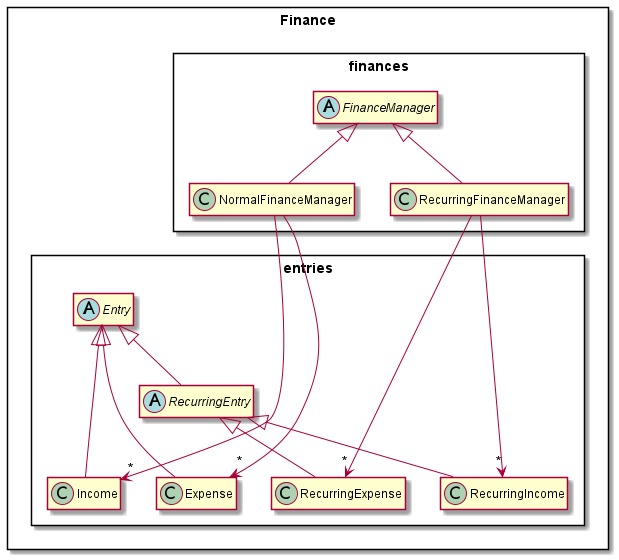
The PlantUML diagram docs/images/Finance.png in yanjia1777/tp, before a commit.
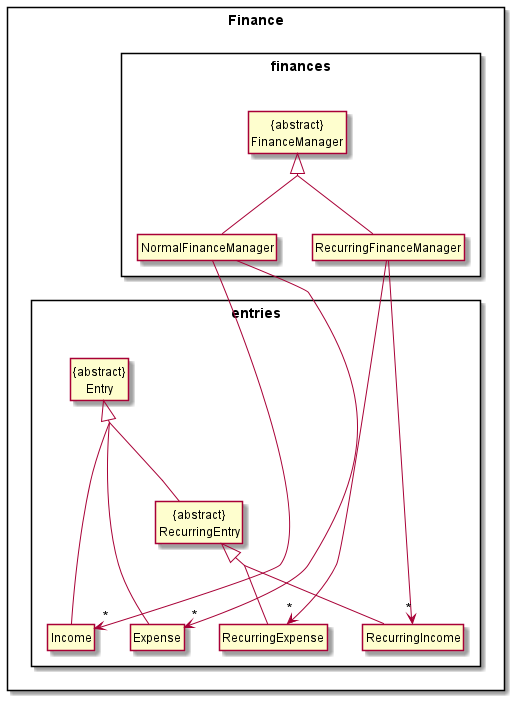
The same diagram one commit later.

Diff of the diagram source:
```diff
@@ -1,28 +1,32 @@
 @startuml
+hide circle
+skinparam classAttributeIconSize 0
+skinparam groupInheritance 2
 package "Finance" <<Rectangle>> {
 package "finances" <<Rectangle>> {
-abstract class  "FinanceManager"
+class  "{abstract}\nFinanceManager"
 class NormalFinanceManager
 class RecurringFinanceManager
 }
 
 package "entries" <<Rectangle>> {
-abstract class Entry
-abstract class RecurringEntry
+
+class "{abstract}\nRecurringEntry"
+class RecurringExpense
+class RecurringIncome
+class "{abstract}\nEntry"
 class Income
 class Expense
-class RecurringExpense
-class RecurringIncome
 }
 
-RecurringFinanceManager -u-|> FinanceManager
-NormalFinanceManager -u-|> FinanceManager
+RecurringFinanceManager -u-|> "{abstract}\nFinanceManager"
+NormalFinanceManager -u-|> "{abstract}\nFinanceManager"
 
-RecurringEntry -u-|> Entry
-RecurringIncome -u-|> RecurringEntry
-RecurringExpense -u-|> RecurringEntry
-Income -u--|> Entry
-Expense -u--|> Entry
+"{abstract}\nRecurringEntry" -u-|> "{abstract}\nEntry"
+RecurringIncome -u-|> "{abstract}\nRecurringEntry"
+RecurringExpense -u-|> "{abstract}\nRecurringEntry"
+Income -u--|> "{abstract}\nEntry"
+Expense -u--|> "{abstract}\nEntry"
 
 RecurringFinanceManager ----> "*" RecurringIncome
 RecurringFinanceManager ----> "*" RecurringExpense
```
